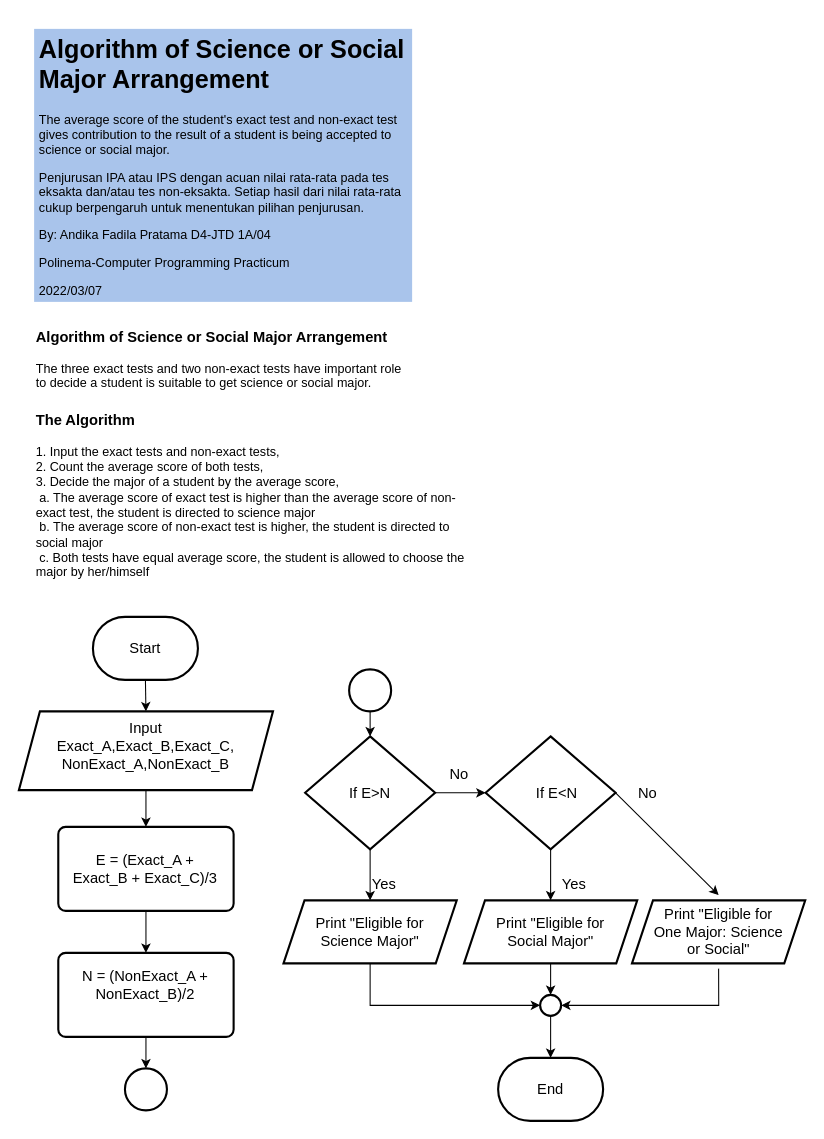
The draw.io diagram Algorithm of a Student's Major Arrangement.drawio in troders34/troders34, before the edit. Source tidied: cells renumbered, new cells numbered last; positions are measured from the earlier drawing's top-left corner, leaving out a move shared by most shapes. Both pictures are drawn from the tidied source at 105%, with x=0, y=0 at pixel (19, 28).
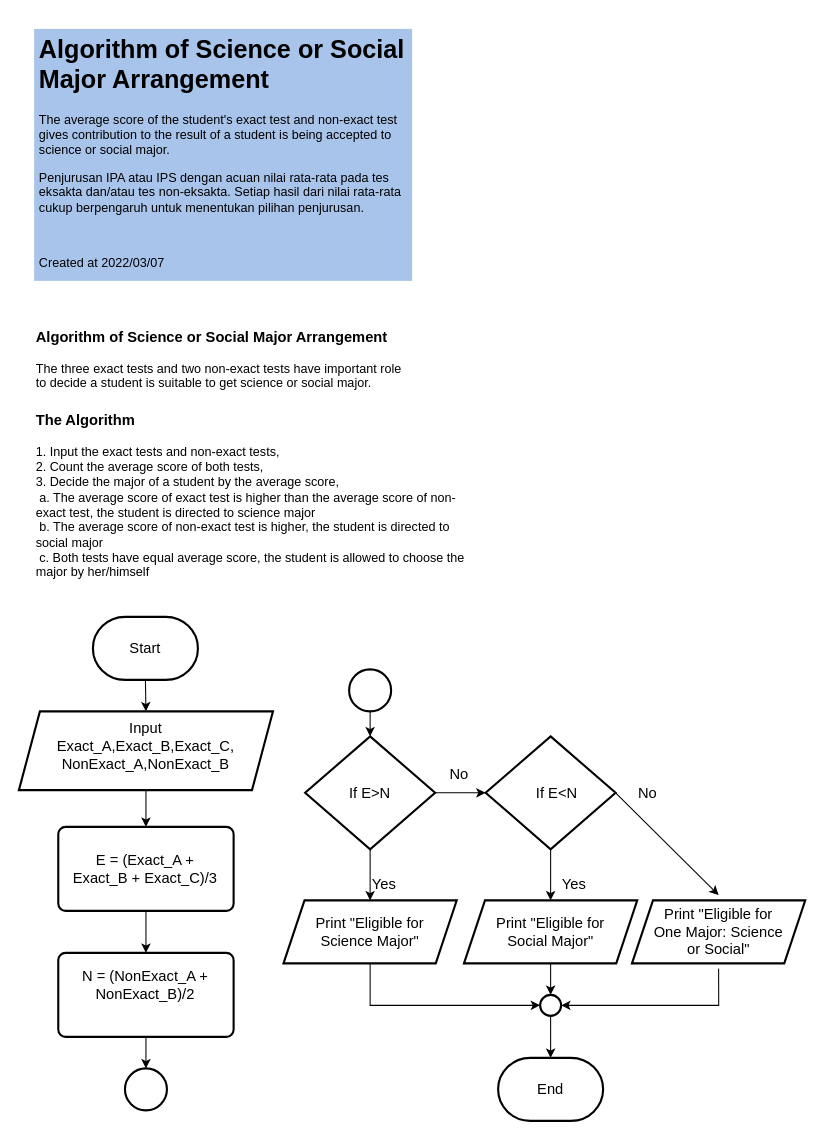
The same diagram, later.

What changed in the source:
```diff
@@
-    <mxCell id="5" value="&lt;h1&gt;Algorithm of Science or Social Major Arrangement&lt;br&gt;&lt;/h1&gt;&lt;p&gt;The average score of the student's exact test and non-exact test gives contribution to the result of a student is being accepted to science or social major.&lt;br&gt;&lt;/p&gt;&lt;p&gt;Penjurusan IPA atau IPS dengan acuan nilai rata-rata pada tes eksakta dan/atau tes non-eksakta. Setiap hasil dari nilai rata-rata cukup berpengaruh untuk menentukan pilihan penjurusan.&lt;/p&gt;&lt;p&gt;By: Andika Fadila Pratama D4-JTD 1A/04&lt;/p&gt;&lt;p&gt;Polinema-Computer Programming Practicum&lt;/p&gt;&lt;p&gt;2022/03/07&lt;br&gt;&lt;/p&gt;" style="text;html=1;strokeColor=none;fillColor=#A9C4EB;spacing=5;spacingTop=-20;whiteSpace=wrap;overflow=hidden;rounded=0;" parent="1" vertex="1">
-      <mxGeometry x="14" width="360" height="260" as="geometry" />
+    <mxCell id="5" value="&lt;h1&gt;Algorithm of Science or Social Major Arrangement&lt;br&gt;&lt;/h1&gt;&lt;p&gt;The average score of the student's exact test and non-exact test gives contribution to the result of a student is being accepted to science or social major.&lt;br&gt;&lt;/p&gt;&lt;p&gt;Penjurusan IPA atau IPS dengan acuan nilai rata-rata pada tes eksakta dan/atau tes non-eksakta. Setiap hasil dari nilai rata-rata cukup berpengaruh untuk menentukan pilihan penjurusan.&lt;/p&gt;&lt;br&gt;&lt;p&gt;Created at 2022/03/07&lt;br&gt;&lt;/p&gt;" style="text;html=1;strokeColor=none;fillColor=#A9C4EB;spacing=5;spacingTop=-20;whiteSpace=wrap;overflow=hidden;rounded=0;" parent="1" vertex="1">
+      <mxGeometry x="14" width="360" height="240" as="geometry" />
     </mxCell>
```
